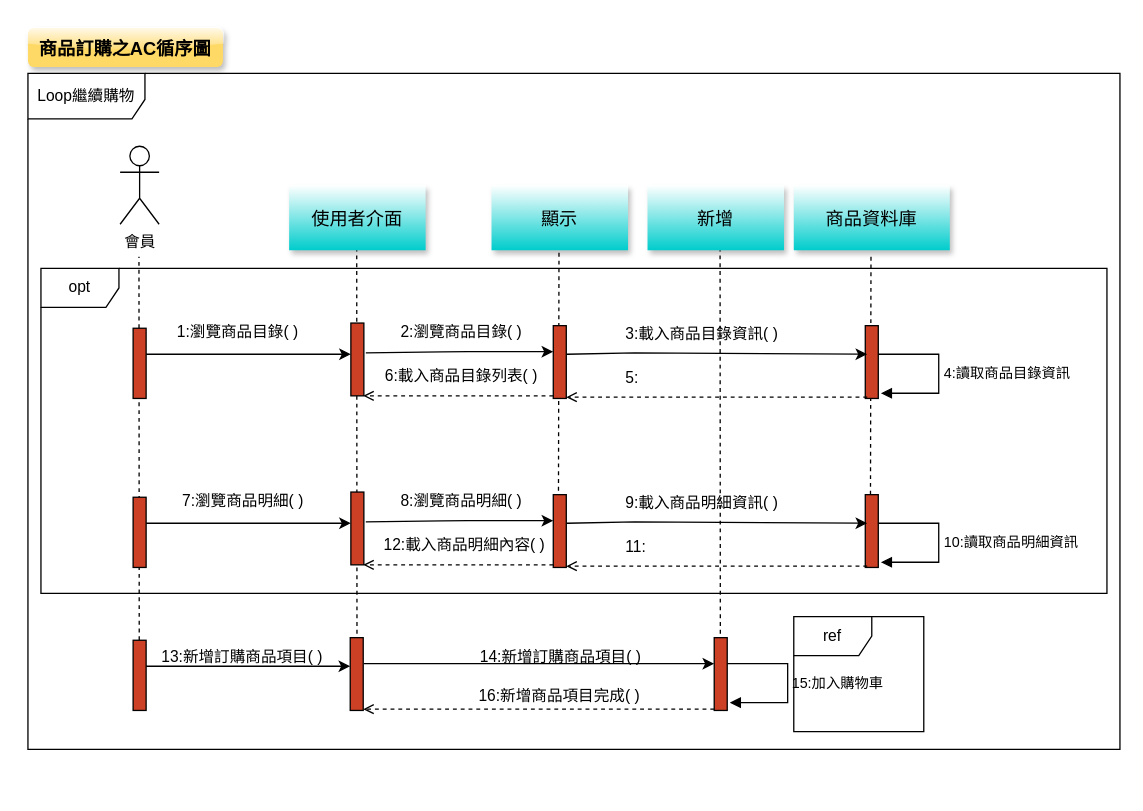
This is 未命名绘图.drawio from odcs0320/blog, a draw.io file, before an edit. Source tidied: cells renumbered, new cells numbered last; positions are measured from the earlier drawing's top-left corner, leaving out a move shared by most shapes. Both pictures are drawn from the tidied source at 130%, with x=0, y=0 at pixel (27, 27).
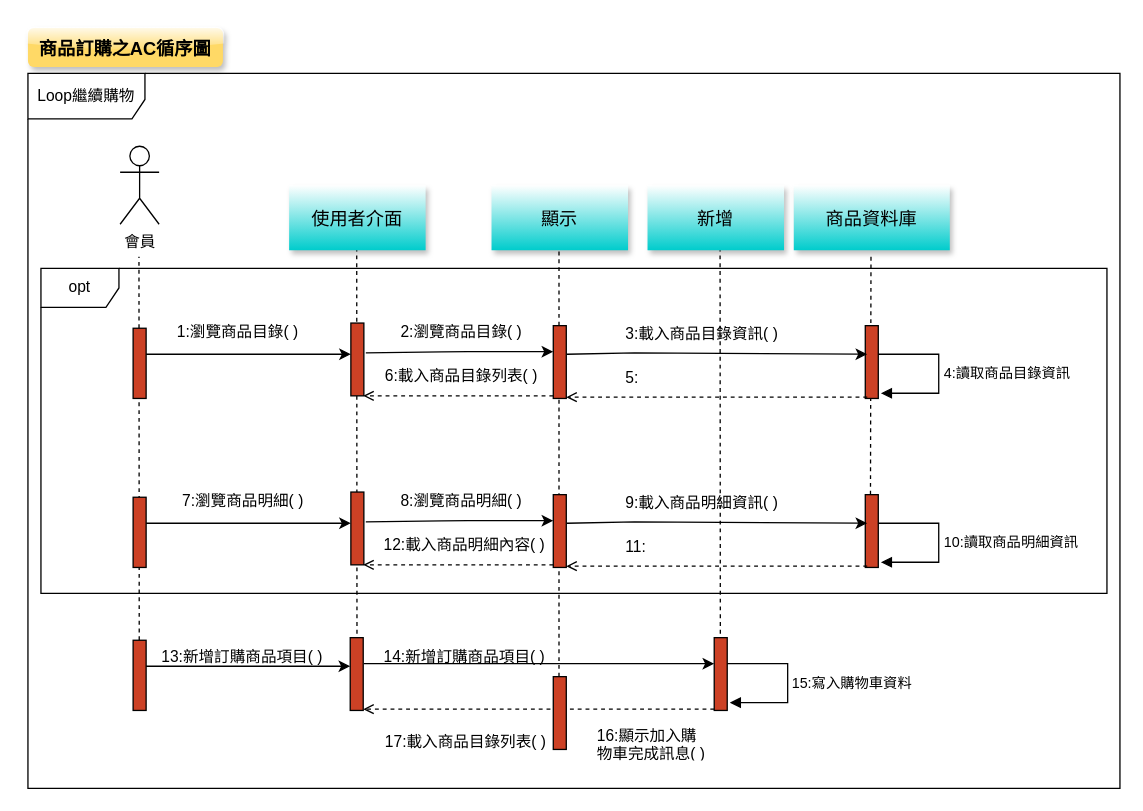
After the change.

Commit message:
更新未命名绘图.drawio

Change to the diagram source:
```diff
@@
-    <mxCell id="4" style="html=1;verticalAlign=bottom;startArrow=none;endArrow=none;dashed=1;rounded=0;entryX=0.5;entryY=1;entryDx=0;entryDy=0;" parent="1" edge="1">
+    <mxCell id="4" style="html=1;verticalAlign=bottom;startArrow=none;endArrow=none;dashed=1;rounded=0;entryX=0.5;entryY=1;entryDx=0;entryDy=0;" parent="1" edge="1" source="56">
       <mxGeometry relative="1" as="geometry">
-        <mxPoint x="408.1" y="356" as="sourcePoint" />
         <mxPoint x="408.5" y="171" as="targetPoint" />
       </mxGeometry>
     </mxCell>
@@
-    <mxCell id="48" value="15:加入購物車" style="html=1;align=left;spacingLeft=2;endArrow=block;rounded=0;edgeStyle=orthogonalEdgeStyle;curved=0;rounded=0;exitX=0.8;exitY=0.25;exitDx=0;exitDy=0;exitPerimeter=0;" parent="1" edge="1">
+    <mxCell id="48" value="15:寫入購物車資料" style="html=1;align=left;spacingLeft=2;endArrow=block;rounded=0;edgeStyle=orthogonalEdgeStyle;curved=0;rounded=0;exitX=0.8;exitY=0.25;exitDx=0;exitDy=0;exitPerimeter=0;" parent="1" edge="1">
       <mxGeometry relative="1" as="geometry">
         <mxPoint x="537.9" y="489" as="sourcePoint" />
         <mxPoint x="539.9" y="519" as="targetPoint" />
         <Array as="points">
           <mxPoint x="584.4" y="489" />
           <mxPoint x="584.4" y="519" />
         </Array>
       </mxGeometry>
     </mxCell>
@@
     <mxCell id="51" value="14:新增訂購商品項目( )" style="text;strokeColor=none;fillColor=none;align=left;verticalAlign=middle;spacingLeft=4;spacingRight=4;overflow=hidden;whiteSpace=wrap;html=1;" parent="1" vertex="1">
-      <mxGeometry x="341.5" y="469" width="135.2" height="30" as="geometry" />
+      <mxGeometry x="268.1" y="469" width="135.2" height="30" as="geometry" />
     </mxCell>
-    <mxCell id="52" value="16:新增商品項目完成( )" style="text;strokeColor=none;fillColor=none;align=left;verticalAlign=middle;spacingLeft=4;spacingRight=4;overflow=hidden;whiteSpace=wrap;html=1;" parent="1" vertex="1">
-      <mxGeometry x="341.4" y="499" width="135.2" height="30" as="geometry" />
+    <mxCell id="52" value="16:顯示加入購物車完成訊息( )" style="text;strokeColor=none;fillColor=none;align=left;verticalAlign=middle;spacingLeft=4;spacingRight=4;overflow=hidden;whiteSpace=wrap;html=1;" parent="1" vertex="1">
+      <mxGeometry x="432" y="535" width="95.9" height="30" as="geometry" />
     </mxCell>
     <mxCell id="53" value="Loop繼續購物" style="shape=umlFrame;whiteSpace=wrap;html=1;width=90;height=35;" parent="1" vertex="1">
-      <mxGeometry y="35" width="840" height="520" as="geometry" />
+      <mxGeometry y="35" width="840" height="550" as="geometry" />
     </mxCell>
@@
-    <mxCell id="55" value="ref" style="shape=umlFrame;whiteSpace=wrap;html=1;" parent="1" vertex="1">
-      <mxGeometry x="589.1" y="452.8" width="100" height="88.5" as="geometry" />
-    </mxCell>
+    <mxCell id="56" style="html=1;points=[];perimeter=orthogonalPerimeter;outlineConnect=0;targetShapes=umlLifeline;portConstraint=eastwest;newEdgeStyle={&quot;edgeStyle&quot;:&quot;elbowEdgeStyle&quot;,&quot;elbow&quot;:&quot;vertical&quot;,&quot;curved&quot;:0,&quot;rounded&quot;:0};fillColor=#CC4125;" parent="1" vertex="1">
+      <mxGeometry x="404.1" y="499" width="10" height="56" as="geometry" />
+    </mxCell>
+    <mxCell id="57" value="17:載入商品目錄列表( )" style="text;strokeColor=none;fillColor=none;align=left;verticalAlign=middle;spacingLeft=4;spacingRight=4;overflow=hidden;whiteSpace=wrap;html=1;" parent="1" vertex="1">
+      <mxGeometry x="269.1" y="535" width="135" height="30" as="geometry" />
+    </mxCell>
```
